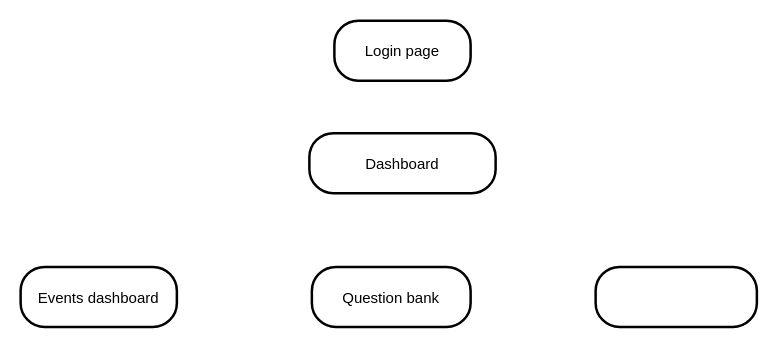
This is documentation/Untitled Diagram.drawio from laurapg1214/impact-web-interface, a draw.io file, before an edit. Source tidied: cells renumbered, new cells numbered last; positions are measured from the earlier drawing's top-left corner, leaving out a move shared by most shapes. Both pictures are drawn from the tidied source at 125%, with x=0, y=0 at pixel (20, 20).
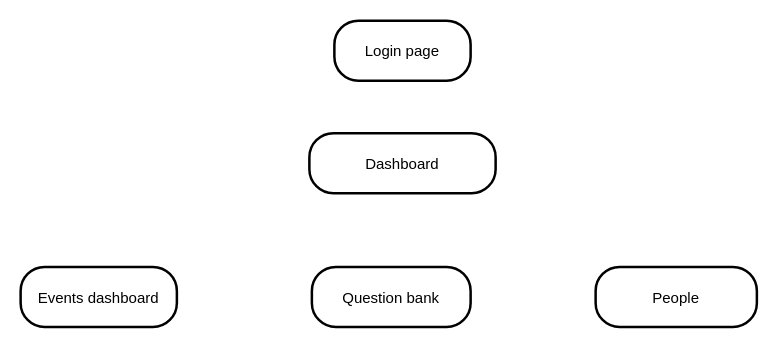
Above is the later version.

Diff of the diagram source:
```diff
@@
 <mxGraphModel>
   <root>
     <mxCell id="0" />
     <mxCell id="1" parent="0" />
     <mxCell id="2" value="Login page" style="rounded=1;arcSize=40;strokeWidth=2;" parent="1" vertex="1">
       <mxGeometry x="251" width="109" height="48" as="geometry" />
     </mxCell>
     <mxCell id="3" value="Dashboard" style="rounded=1;arcSize=40;strokeWidth=2;" parent="1" vertex="1">
       <mxGeometry x="231" y="90" width="149" height="48" as="geometry" />
     </mxCell>
     <mxCell id="4" value="Events dashboard" style="rounded=1;arcSize=40;strokeWidth=2;" parent="1" vertex="1">
       <mxGeometry y="197" width="125" height="48" as="geometry" />
     </mxCell>
     <mxCell id="5" value="Question bank" style="rounded=1;arcSize=40;strokeWidth=2;" parent="1" vertex="1">
       <mxGeometry x="233" y="197" width="127" height="48" as="geometry" />
     </mxCell>
-    <mxCell id="6" style="rounded=1;arcSize=40;strokeWidth=2;" parent="1" vertex="1">
+    <mxCell id="6" value="People" style="rounded=1;arcSize=40;strokeWidth=2;" parent="1" vertex="1">
       <mxGeometry x="460" y="197" width="129" height="48" as="geometry" />
     </mxCell>
   </root>
 </mxGraphModel>
```
